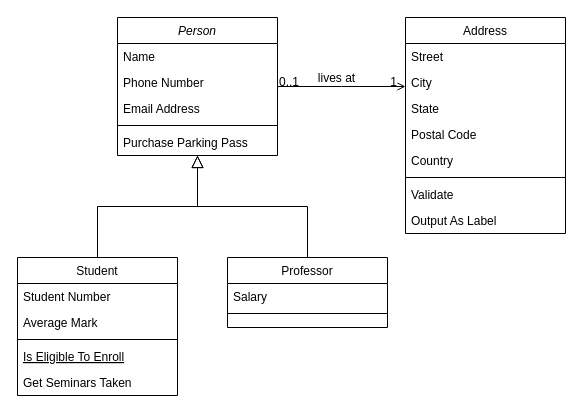
Earlier version of the draw.io diagram src/Paqprincipal/Diagrama sin título.drawio (Pipe1098/Tienda-de-mascotas). Source tidied: cells renumbered, new cells numbered last; positions are measured from the earlier drawing's top-left corner, leaving out a move shared by most shapes. Both pictures are drawn from the tidied source at 100%, with x=0, y=0 at pixel (17, 17).
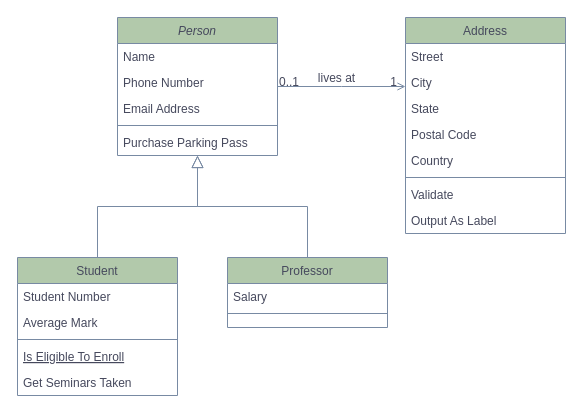
After the change.

Diff of the diagram source:
```diff
@@
-    <mxCell id="2" value="Person" style="swimlane;fontStyle=2;align=center;verticalAlign=top;horizontal=1;startSize=26;rounded=0;shadow=0;strokeWidth=1;" parent="1" vertex="1">
+    <mxCell id="2" value="Person" style="swimlane;fontStyle=2;align=center;verticalAlign=top;horizontal=1;startSize=26;rounded=0;shadow=0;strokeWidth=1;labelBackgroundColor=none;fillColor=#B2C9AB;strokeColor=#788AA3;fontColor=#46495D;" parent="1" vertex="1">
       <mxGeometry x="100" width="160" height="138" as="geometry" />
     </mxCell>
-    <mxCell id="3" value="Name" style="text;align=left;verticalAlign=top;spacingLeft=4;spacingRight=4;overflow=hidden;" parent="2" vertex="1">
+    <mxCell id="3" value="Name" style="text;align=left;verticalAlign=top;spacingLeft=4;spacingRight=4;overflow=hidden;labelBackgroundColor=none;fontColor=#46495D;" parent="2" vertex="1">
       <mxGeometry y="26" width="160" height="26" as="geometry" />
     </mxCell>
-    <mxCell id="4" value="Phone Number" style="text;align=left;verticalAlign=top;spacingLeft=4;spacingRight=4;overflow=hidden;rounded=0;shadow=0;html=0;" parent="2" vertex="1">
+    <mxCell id="4" value="Phone Number" style="text;align=left;verticalAlign=top;spacingLeft=4;spacingRight=4;overflow=hidden;rounded=0;shadow=0;html=0;labelBackgroundColor=none;fontColor=#46495D;" parent="2" vertex="1">
       <mxGeometry y="52" width="160" height="26" as="geometry" />
     </mxCell>
-    <mxCell id="5" value="Email Address" style="text;align=left;verticalAlign=top;spacingLeft=4;spacingRight=4;overflow=hidden;rounded=0;shadow=0;html=0;" parent="2" vertex="1">
+    <mxCell id="5" value="Email Address" style="text;align=left;verticalAlign=top;spacingLeft=4;spacingRight=4;overflow=hidden;rounded=0;shadow=0;html=0;labelBackgroundColor=none;fontColor=#46495D;" parent="2" vertex="1">
       <mxGeometry y="78" width="160" height="26" as="geometry" />
     </mxCell>
-    <mxCell id="6" style="line;html=1;strokeWidth=1;align=left;verticalAlign=middle;spacingTop=-1;spacingLeft=3;spacingRight=3;labelPosition=right;" parent="2" vertex="1">
+    <mxCell id="6" style="line;html=1;strokeWidth=1;align=left;verticalAlign=middle;spacingTop=-1;spacingLeft=3;spacingRight=3;labelPosition=right;labelBackgroundColor=none;fillColor=#B2C9AB;strokeColor=#788AA3;fontColor=#46495D;" parent="2" vertex="1">
       <mxGeometry y="104" width="160" height="8" as="geometry" />
     </mxCell>
-    <mxCell id="7" value="Purchase Parking Pass" style="text;align=left;verticalAlign=top;spacingLeft=4;spacingRight=4;overflow=hidden;" parent="2" vertex="1">
+    <mxCell id="7" value="Purchase Parking Pass" style="text;align=left;verticalAlign=top;spacingLeft=4;spacingRight=4;overflow=hidden;labelBackgroundColor=none;fontColor=#46495D;" parent="2" vertex="1">
       <mxGeometry y="112" width="160" height="26" as="geometry" />
     </mxCell>
-    <mxCell id="8" value="Student" style="swimlane;fontStyle=0;align=center;verticalAlign=top;horizontal=1;startSize=26;rounded=0;shadow=0;strokeWidth=1;" parent="1" vertex="1">
+    <mxCell id="8" value="Student" style="swimlane;fontStyle=0;align=center;verticalAlign=top;horizontal=1;startSize=26;rounded=0;shadow=0;strokeWidth=1;labelBackgroundColor=none;fillColor=#B2C9AB;strokeColor=#788AA3;fontColor=#46495D;" parent="1" vertex="1">
       <mxGeometry y="240" width="160" height="138" as="geometry" />
     </mxCell>
-    <mxCell id="9" value="Student Number" style="text;align=left;verticalAlign=top;spacingLeft=4;spacingRight=4;overflow=hidden;" parent="8" vertex="1">
+    <mxCell id="9" value="Student Number" style="text;align=left;verticalAlign=top;spacingLeft=4;spacingRight=4;overflow=hidden;labelBackgroundColor=none;fontColor=#46495D;" parent="8" vertex="1">
       <mxGeometry y="26" width="160" height="26" as="geometry" />
     </mxCell>
-    <mxCell id="10" value="Average Mark" style="text;align=left;verticalAlign=top;spacingLeft=4;spacingRight=4;overflow=hidden;rounded=0;shadow=0;html=0;" parent="8" vertex="1">
+    <mxCell id="10" value="Average Mark" style="text;align=left;verticalAlign=top;spacingLeft=4;spacingRight=4;overflow=hidden;rounded=0;shadow=0;html=0;labelBackgroundColor=none;fontColor=#46495D;" parent="8" vertex="1">
       <mxGeometry y="52" width="160" height="26" as="geometry" />
     </mxCell>
-    <mxCell id="11" style="line;html=1;strokeWidth=1;align=left;verticalAlign=middle;spacingTop=-1;spacingLeft=3;spacingRight=3;labelPosition=right;" parent="8" vertex="1">
+    <mxCell id="11" style="line;html=1;strokeWidth=1;align=left;verticalAlign=middle;spacingTop=-1;spacingLeft=3;spacingRight=3;labelPosition=right;labelBackgroundColor=none;fillColor=#B2C9AB;strokeColor=#788AA3;fontColor=#46495D;" parent="8" vertex="1">
       <mxGeometry y="78" width="160" height="8" as="geometry" />
     </mxCell>
-    <mxCell id="12" value="Is Eligible To Enroll" style="text;align=left;verticalAlign=top;spacingLeft=4;spacingRight=4;overflow=hidden;fontStyle=4;" parent="8" vertex="1">
+    <mxCell id="12" value="Is Eligible To Enroll" style="text;align=left;verticalAlign=top;spacingLeft=4;spacingRight=4;overflow=hidden;fontStyle=4;labelBackgroundColor=none;fontColor=#46495D;" parent="8" vertex="1">
       <mxGeometry y="86" width="160" height="26" as="geometry" />
     </mxCell>
-    <mxCell id="13" value="Get Seminars Taken" style="text;align=left;verticalAlign=top;spacingLeft=4;spacingRight=4;overflow=hidden;" parent="8" vertex="1">
+    <mxCell id="13" value="Get Seminars Taken" style="text;align=left;verticalAlign=top;spacingLeft=4;spacingRight=4;overflow=hidden;labelBackgroundColor=none;fontColor=#46495D;" parent="8" vertex="1">
       <mxGeometry y="112" width="160" height="26" as="geometry" />
     </mxCell>
-    <mxCell id="14" style="endArrow=block;endSize=10;endFill=0;shadow=0;strokeWidth=1;rounded=0;edgeStyle=elbowEdgeStyle;elbow=vertical;" parent="1" edge="1" source="8" target="2">
+    <mxCell id="14" style="endArrow=block;endSize=10;endFill=0;shadow=0;strokeWidth=1;rounded=0;edgeStyle=elbowEdgeStyle;elbow=vertical;labelBackgroundColor=none;strokeColor=#788AA3;fontColor=default;" parent="1" edge="1" source="8" target="2">
       <mxGeometry relative="1" as="geometry" />
     </mxCell>
-    <mxCell id="15" value="Professor" style="swimlane;fontStyle=0;align=center;verticalAlign=top;horizontal=1;startSize=26;rounded=0;shadow=0;strokeWidth=1;" parent="1" vertex="1">
+    <mxCell id="15" value="Professor" style="swimlane;fontStyle=0;align=center;verticalAlign=top;horizontal=1;startSize=26;rounded=0;shadow=0;strokeWidth=1;labelBackgroundColor=none;fillColor=#B2C9AB;strokeColor=#788AA3;fontColor=#46495D;" parent="1" vertex="1">
       <mxGeometry x="210" y="240" width="160" height="70" as="geometry" />
     </mxCell>
-    <mxCell id="16" value="Salary" style="text;align=left;verticalAlign=top;spacingLeft=4;spacingRight=4;overflow=hidden;" parent="15" vertex="1">
+    <mxCell id="16" value="Salary" style="text;align=left;verticalAlign=top;spacingLeft=4;spacingRight=4;overflow=hidden;labelBackgroundColor=none;fontColor=#46495D;" parent="15" vertex="1">
       <mxGeometry y="26" width="160" height="26" as="geometry" />
     </mxCell>
-    <mxCell id="17" style="line;html=1;strokeWidth=1;align=left;verticalAlign=middle;spacingTop=-1;spacingLeft=3;spacingRight=3;labelPosition=right;" parent="15" vertex="1">
+    <mxCell id="17" style="line;html=1;strokeWidth=1;align=left;verticalAlign=middle;spacingTop=-1;spacingLeft=3;spacingRight=3;labelPosition=right;labelBackgroundColor=none;fillColor=#B2C9AB;strokeColor=#788AA3;fontColor=#46495D;" parent="15" vertex="1">
       <mxGeometry y="52" width="160" height="8" as="geometry" />
     </mxCell>
-    <mxCell id="18" style="endArrow=block;endSize=10;endFill=0;shadow=0;strokeWidth=1;rounded=0;edgeStyle=elbowEdgeStyle;elbow=vertical;" parent="1" edge="1" source="15" target="2">
+    <mxCell id="18" style="endArrow=block;endSize=10;endFill=0;shadow=0;strokeWidth=1;rounded=0;edgeStyle=elbowEdgeStyle;elbow=vertical;labelBackgroundColor=none;strokeColor=#788AA3;fontColor=default;" parent="1" edge="1" source="15" target="2">
       <mxGeometry relative="1" as="geometry" />
     </mxCell>
-    <mxCell id="19" value="Address" style="swimlane;fontStyle=0;align=center;verticalAlign=top;horizontal=1;startSize=26;rounded=0;shadow=0;strokeWidth=1;" parent="1" vertex="1">
+    <mxCell id="19" value="Address" style="swimlane;fontStyle=0;align=center;verticalAlign=top;horizontal=1;startSize=26;rounded=0;shadow=0;strokeWidth=1;labelBackgroundColor=none;fillColor=#B2C9AB;strokeColor=#788AA3;fontColor=#46495D;" parent="1" vertex="1">
       <mxGeometry x="388" width="160" height="216" as="geometry" />
     </mxCell>
-    <mxCell id="20" value="Street" style="text;align=left;verticalAlign=top;spacingLeft=4;spacingRight=4;overflow=hidden;" parent="19" vertex="1">
+    <mxCell id="20" value="Street" style="text;align=left;verticalAlign=top;spacingLeft=4;spacingRight=4;overflow=hidden;labelBackgroundColor=none;fontColor=#46495D;" parent="19" vertex="1">
       <mxGeometry y="26" width="160" height="26" as="geometry" />
     </mxCell>
-    <mxCell id="21" value="City" style="text;align=left;verticalAlign=top;spacingLeft=4;spacingRight=4;overflow=hidden;rounded=0;shadow=0;html=0;" parent="19" vertex="1">
+    <mxCell id="21" value="City" style="text;align=left;verticalAlign=top;spacingLeft=4;spacingRight=4;overflow=hidden;rounded=0;shadow=0;html=0;labelBackgroundColor=none;fontColor=#46495D;" parent="19" vertex="1">
       <mxGeometry y="52" width="160" height="26" as="geometry" />
     </mxCell>
-    <mxCell id="22" value="State" style="text;align=left;verticalAlign=top;spacingLeft=4;spacingRight=4;overflow=hidden;rounded=0;shadow=0;html=0;" parent="19" vertex="1">
+    <mxCell id="22" value="State" style="text;align=left;verticalAlign=top;spacingLeft=4;spacingRight=4;overflow=hidden;rounded=0;shadow=0;html=0;labelBackgroundColor=none;fontColor=#46495D;" parent="19" vertex="1">
       <mxGeometry y="78" width="160" height="26" as="geometry" />
     </mxCell>
-    <mxCell id="23" value="Postal Code" style="text;align=left;verticalAlign=top;spacingLeft=4;spacingRight=4;overflow=hidden;rounded=0;shadow=0;html=0;" parent="19" vertex="1">
+    <mxCell id="23" value="Postal Code" style="text;align=left;verticalAlign=top;spacingLeft=4;spacingRight=4;overflow=hidden;rounded=0;shadow=0;html=0;labelBackgroundColor=none;fontColor=#46495D;" parent="19" vertex="1">
       <mxGeometry y="104" width="160" height="26" as="geometry" />
     </mxCell>
-    <mxCell id="24" value="Country" style="text;align=left;verticalAlign=top;spacingLeft=4;spacingRight=4;overflow=hidden;rounded=0;shadow=0;html=0;" parent="19" vertex="1">
+    <mxCell id="24" value="Country" style="text;align=left;verticalAlign=top;spacingLeft=4;spacingRight=4;overflow=hidden;rounded=0;shadow=0;html=0;labelBackgroundColor=none;fontColor=#46495D;" parent="19" vertex="1">
       <mxGeometry y="130" width="160" height="26" as="geometry" />
     </mxCell>
-    <mxCell id="25" style="line;html=1;strokeWidth=1;align=left;verticalAlign=middle;spacingTop=-1;spacingLeft=3;spacingRight=3;labelPosition=right;" parent="19" vertex="1">
+    <mxCell id="25" style="line;html=1;strokeWidth=1;align=left;verticalAlign=middle;spacingTop=-1;spacingLeft=3;spacingRight=3;labelPosition=right;labelBackgroundColor=none;fillColor=#B2C9AB;strokeColor=#788AA3;fontColor=#46495D;" parent="19" vertex="1">
       <mxGeometry y="156" width="160" height="8" as="geometry" />
     </mxCell>
-    <mxCell id="26" value="Validate" style="text;align=left;verticalAlign=top;spacingLeft=4;spacingRight=4;overflow=hidden;" parent="19" vertex="1">
+    <mxCell id="26" value="Validate" style="text;align=left;verticalAlign=top;spacingLeft=4;spacingRight=4;overflow=hidden;labelBackgroundColor=none;fontColor=#46495D;" parent="19" vertex="1">
       <mxGeometry y="164" width="160" height="26" as="geometry" />
     </mxCell>
-    <mxCell id="27" value="Output As Label" style="text;align=left;verticalAlign=top;spacingLeft=4;spacingRight=4;overflow=hidden;" parent="19" vertex="1">
+    <mxCell id="27" value="Output As Label" style="text;align=left;verticalAlign=top;spacingLeft=4;spacingRight=4;overflow=hidden;labelBackgroundColor=none;fontColor=#46495D;" parent="19" vertex="1">
       <mxGeometry y="190" width="160" height="26" as="geometry" />
     </mxCell>
-    <mxCell id="28" style="endArrow=open;shadow=0;strokeWidth=1;rounded=0;endFill=1;edgeStyle=elbowEdgeStyle;elbow=vertical;" parent="1" edge="1" source="2" target="19">
+    <mxCell id="28" style="endArrow=open;shadow=0;strokeWidth=1;rounded=0;endFill=1;edgeStyle=elbowEdgeStyle;elbow=vertical;labelBackgroundColor=none;strokeColor=#788AA3;fontColor=default;" parent="1" edge="1" source="2" target="19">
       <mxGeometry x="0.5" y="41" relative="1" as="geometry">
         <mxPoint x="-40" y="32" as="offset" />
       </mxGeometry>
     </mxCell>
-    <mxCell id="29" value="0..1" style="align=left;verticalAlign=bottom;labelBackgroundColor=none;fontSize=12;" parent="28" vertex="1">
+    <mxCell id="29" value="0..1" style="align=left;verticalAlign=bottom;labelBackgroundColor=none;fontSize=12;fillColor=#B2C9AB;strokeColor=#788AA3;fontColor=#46495D;" parent="28" vertex="1">
       <mxGeometry x="-1" relative="1" as="geometry">
         <mxPoint y="4" as="offset" />
       </mxGeometry>
     </mxCell>
-    <mxCell id="30" value="1" style="align=right;verticalAlign=bottom;labelBackgroundColor=none;fontSize=12;" parent="28" vertex="1">
+    <mxCell id="30" value="1" style="align=right;verticalAlign=bottom;labelBackgroundColor=none;fontSize=12;fillColor=#B2C9AB;strokeColor=#788AA3;fontColor=#46495D;" parent="28" vertex="1">
       <mxGeometry x="1" relative="1" as="geometry">
         <mxPoint x="-7" y="4" as="offset" />
       </mxGeometry>
     </mxCell>
-    <mxCell id="31" value="lives at" style="text;html=1;align=center;verticalAlign=middle;labelBackgroundColor=none;rounded=0;shadow=0;strokeWidth=1;fontSize=12;" parent="28" vertex="1">
+    <mxCell id="31" value="lives at" style="text;html=1;align=center;verticalAlign=middle;labelBackgroundColor=none;rounded=0;shadow=0;strokeWidth=1;fontSize=12;fontColor=#46495D;" parent="28" vertex="1">
       <mxGeometry x="0.5" y="49" relative="1" as="geometry">
         <mxPoint x="-38" y="40" as="offset" />
       </mxGeometry>
     </mxCell>
```
